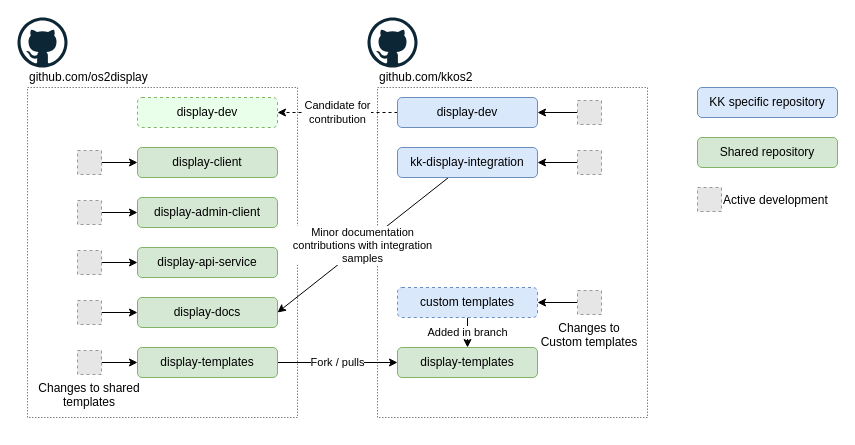
This is documentation/diagrams/collaboration-model.drawio from reload/display-dev, a draw.io file, before an edit. Source tidied: cells renumbered, new cells numbered last; positions are measured from the earlier drawing's top-left corner, leaving out a move shared by most shapes. Both pictures are drawn from the tidied source at 100%, with x=0, y=0 at pixel (17, 17). Pictures stored in the file or linked from it are replaced by grey dashed boxes.
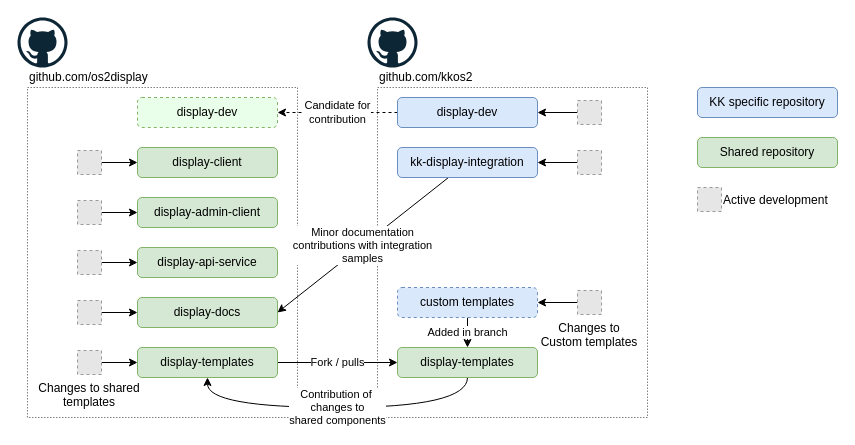
Above is the later version.

Commit message (it also covers changes not shown here):
Clearify contribution of templates

The change refers to these unchanged cells:
```xml
<mxCell id="12" value="display-templates" style="rounded=1;whiteSpace=wrap;html=1;fillColor=#d5e8d4;strokeColor=#82b366;" parent="1" vertex="1">
  <mxGeometry x="120" y="330" width="140" height="30" as="geometry" />
</mxCell>
<mxCell id="13" value="display-templates&lt;br&gt;" style="rounded=1;whiteSpace=wrap;html=1;fillColor=#d5e8d4;strokeColor=#82b366;" parent="1" vertex="1">
  <mxGeometry x="380" y="330" width="140" height="30" as="geometry" />
</mxCell>
```

What changed in the source:
```diff
@@
+    <mxCell id="42" value="Contribution of&amp;nbsp;&lt;br&gt;changes to&lt;br&gt;shared components" style="edgeStyle=orthogonalEdgeStyle;rounded=0;jettySize=auto;html=1;entryX=0.5;entryY=1;entryDx=0;entryDy=0;curved=1;exitX=0.5;exitY=1;exitDx=0;exitDy=0;" parent="1" edge="1" source="13" target="12">
+      <mxGeometry relative="1" as="geometry">
+        <Array as="points">
+          <mxPoint x="450" y="390" />
+          <mxPoint x="190" y="390" />
+        </Array>
+      </mxGeometry>
+    </mxCell>
```
